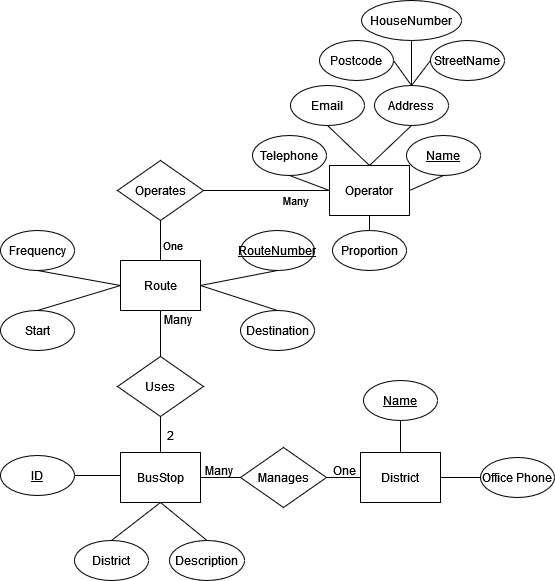
This is Images/coursework1ERdiagram.png from chloeloveland/obsidian-backup, a draw.io export, as it was before one commit. Source tidied: cells renumbered, new cells last; positions are measured from the earlier drawing's top-left corner, leaving out a move shared by most shapes.
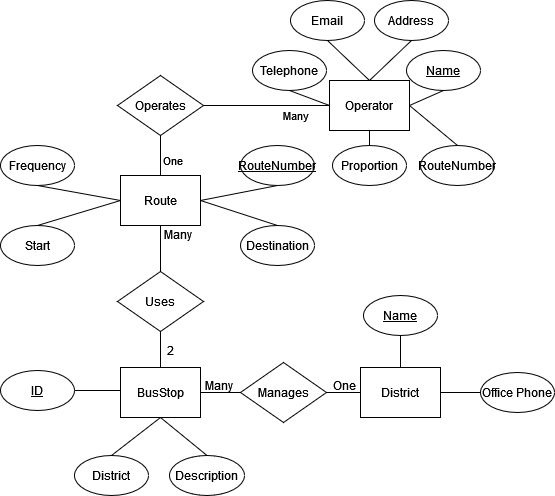
Later version of the same file.

Commit message:
vault backup: 2024-11-12 19:28:35

What changed in the source:
```diff
@@ -82,6 +82,9 @@
     <mxCell id="27" style="edgeStyle=none;shape=connector;curved=0;rounded=0;jumpStyle=none;jettySize=auto;html=1;exitX=0;exitY=0.5;exitDx=0;exitDy=0;entryX=1;entryY=0.5;entryDx=0;entryDy=0;strokeColor=default;align=center;verticalAlign=middle;fontFamily=Helvetica;fontSize=11;fontColor=default;labelBackgroundColor=none;endArrow=none;" parent="1" edge="1" source="28" target="42">
       <mxGeometry relative="1" as="geometry" />
     </mxCell>
+    <mxCell id="55" style="edgeStyle=none;shape=connector;curved=0;rounded=0;jumpStyle=none;jettySize=auto;html=1;exitX=1;exitY=0.5;exitDx=0;exitDy=0;entryX=0.5;entryY=0;entryDx=0;entryDy=0;strokeColor=default;align=center;verticalAlign=middle;fontFamily=Helvetica;fontSize=11;fontColor=default;labelBackgroundColor=none;endArrow=none;" parent="1" edge="1" source="28" target="56">
+      <mxGeometry relative="1" as="geometry" />
+    </mxCell>
     <mxCell id="28" value="Operator" style="rounded=0;whiteSpace=wrap;html=1;labelBackgroundColor=none;" parent="1" vertex="1">
       <mxGeometry x="329" y="165" width="80" height="50" as="geometry" />
     </mxCell>
@@ -145,23 +148,8 @@
     <mxCell id="48" value="RouteNumber" style="ellipse;whiteSpace=wrap;html=1;rounded=0;labelBackgroundColor=none;fontStyle=4;" parent="1" vertex="1">
       <mxGeometry x="240" y="230" width="74" height="40" as="geometry" />
     </mxCell>
-    <mxCell id="49" style="edgeStyle=none;shape=connector;curved=0;rounded=0;jumpStyle=none;jettySize=auto;html=1;exitX=1;exitY=0.5;exitDx=0;exitDy=0;entryX=0.5;entryY=0;entryDx=0;entryDy=0;strokeColor=default;align=center;verticalAlign=middle;fontFamily=Helvetica;fontSize=11;fontColor=default;labelBackgroundColor=none;endArrow=none;" parent="1" edge="1" source="50" target="30">
-      <mxGeometry relative="1" as="geometry" />
-    </mxCell>
-    <mxCell id="50" value="Postcode" style="ellipse;whiteSpace=wrap;html=1;rounded=0;labelBackgroundColor=none;" parent="1" vertex="1">
-      <mxGeometry x="319" y="40" width="74" height="40" as="geometry" />
-    </mxCell>
-    <mxCell id="51" style="edgeStyle=none;shape=connector;curved=0;rounded=0;jumpStyle=none;jettySize=auto;html=1;exitX=0;exitY=0.5;exitDx=0;exitDy=0;entryX=0.5;entryY=0;entryDx=0;entryDy=0;strokeColor=default;align=center;verticalAlign=middle;fontFamily=Helvetica;fontSize=11;fontColor=default;labelBackgroundColor=none;endArrow=none;" parent="1" edge="1" source="52" target="30">
-      <mxGeometry relative="1" as="geometry" />
-    </mxCell>
-    <mxCell id="52" value="StreetName" style="ellipse;whiteSpace=wrap;html=1;rounded=0;labelBackgroundColor=none;" parent="1" vertex="1">
-      <mxGeometry x="430" y="40" width="74" height="40" as="geometry" />
-    </mxCell>
-    <mxCell id="53" style="edgeStyle=none;shape=connector;curved=0;rounded=0;jumpStyle=none;jettySize=auto;html=1;entryX=0.5;entryY=0;entryDx=0;entryDy=0;strokeColor=default;align=center;verticalAlign=middle;fontFamily=Helvetica;fontSize=11;fontColor=default;labelBackgroundColor=none;endArrow=none;" parent="1" edge="1" source="54" target="30">
-      <mxGeometry relative="1" as="geometry" />
-    </mxCell>
-    <mxCell id="54" value="HouseNumber" style="ellipse;whiteSpace=wrap;html=1;rounded=0;labelBackgroundColor=none;" parent="1" vertex="1">
-      <mxGeometry x="361" width="100" height="40" as="geometry" />
-    </mxCell>
+    <mxCell id="56" value="RouteNumber" style="ellipse;whiteSpace=wrap;html=1;rounded=0;labelBackgroundColor=none;" parent="1" vertex="1">
+      <mxGeometry x="420" y="230" width="74" height="40" as="geometry" />
+    </mxCell>
   </root>
 </mxGraphModel>
```
